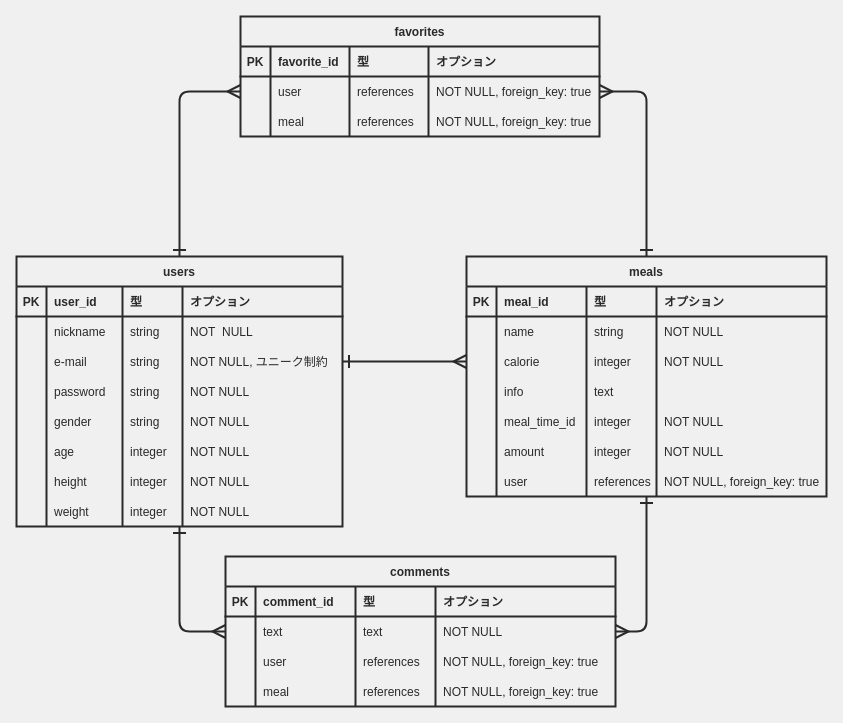
Earlier version of the draw.io diagram ER.dio (aktmmiri/meal_management_app). Source tidied: cells renumbered, new cells numbered last; positions are measured from the earlier drawing's top-left corner, leaving out a move shared by most shapes. Both pictures are drawn from the tidied source at 100%, with x=0, y=0 at pixel (16, 16).
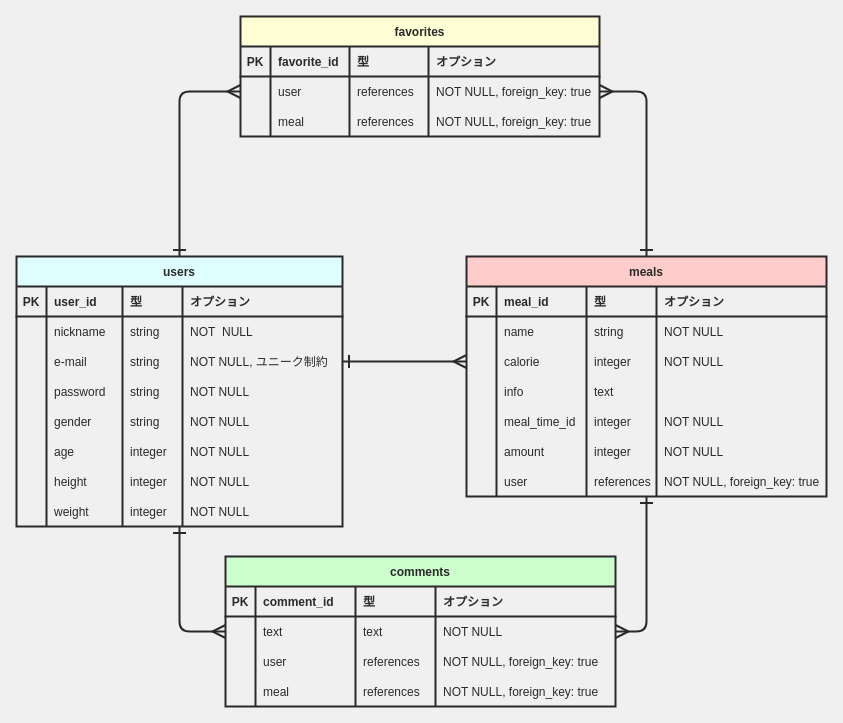
After the change.

Change to the diagram source:
```diff
@@
-    <mxCell id="2" value="users" style="shape=table;startSize=30;childLayout=tableLayout;rowLines=0;fontStyle=1;align=center;labelBorderColor=none;fontColor=#2A2A2A;fillColor=none;strokeColor=#2A2A2A;strokeWidth=2;" parent="1" vertex="1">
+    <mxCell id="2" value="users" style="shape=table;startSize=30;childLayout=tableLayout;rowLines=0;fontStyle=1;align=center;labelBorderColor=none;fontColor=#2A2A2A;strokeColor=#2A2A2A;strokeWidth=2;fillColor=#DEFEFF;" parent="1" vertex="1">
       <mxGeometry y="240" width="326" height="270" as="geometry" />
     </mxCell>
@@
-    <mxCell id="43" value="meals" style="shape=table;startSize=30;childLayout=tableLayout;rowLines=0;fontStyle=1;align=center;fontColor=#2A2A2A;fillColor=none;strokeColor=#2A2A2A;strokeWidth=2;" parent="1" vertex="1">
+    <mxCell id="43" value="meals" style="shape=table;startSize=30;childLayout=tableLayout;rowLines=0;fontStyle=1;align=center;fontColor=#2A2A2A;strokeColor=#2A2A2A;strokeWidth=2;fillColor=#FFCCCC;" parent="1" vertex="1">
       <mxGeometry x="450" y="240" width="360" height="240" as="geometry" />
     </mxCell>
@@
-    <mxCell id="79" value="comments" style="shape=table;startSize=30;childLayout=tableLayout;rowLines=0;fontStyle=1;align=center;fontColor=#2A2A2A;fillColor=none;strokeColor=#2A2A2A;strokeWidth=2;" parent="1" vertex="1">
+    <mxCell id="79" value="comments" style="shape=table;startSize=30;childLayout=tableLayout;rowLines=0;fontStyle=1;align=center;fontColor=#2A2A2A;strokeColor=#2A2A2A;strokeWidth=2;fillColor=#CCFFCC;" parent="1" vertex="1">
       <mxGeometry x="209" y="540" width="390" height="150" as="geometry" />
     </mxCell>
@@
-    <mxCell id="100" value="favorites" style="shape=table;startSize=30;childLayout=tableLayout;rowLines=0;fontStyle=1;align=center;strokeWidth=2;perimeterSpacing=0;fillColor=none;fontColor=#2A2A2A;strokeColor=#2A2A2A;" parent="1" vertex="1">
+    <mxCell id="100" value="favorites" style="shape=table;startSize=30;childLayout=tableLayout;rowLines=0;fontStyle=1;align=center;strokeWidth=2;perimeterSpacing=0;fontColor=#2A2A2A;strokeColor=#2A2A2A;fillColor=#FEFFD4;" parent="1" vertex="1">
       <mxGeometry x="224" width="359" height="120" as="geometry" />
     </mxCell>
```
